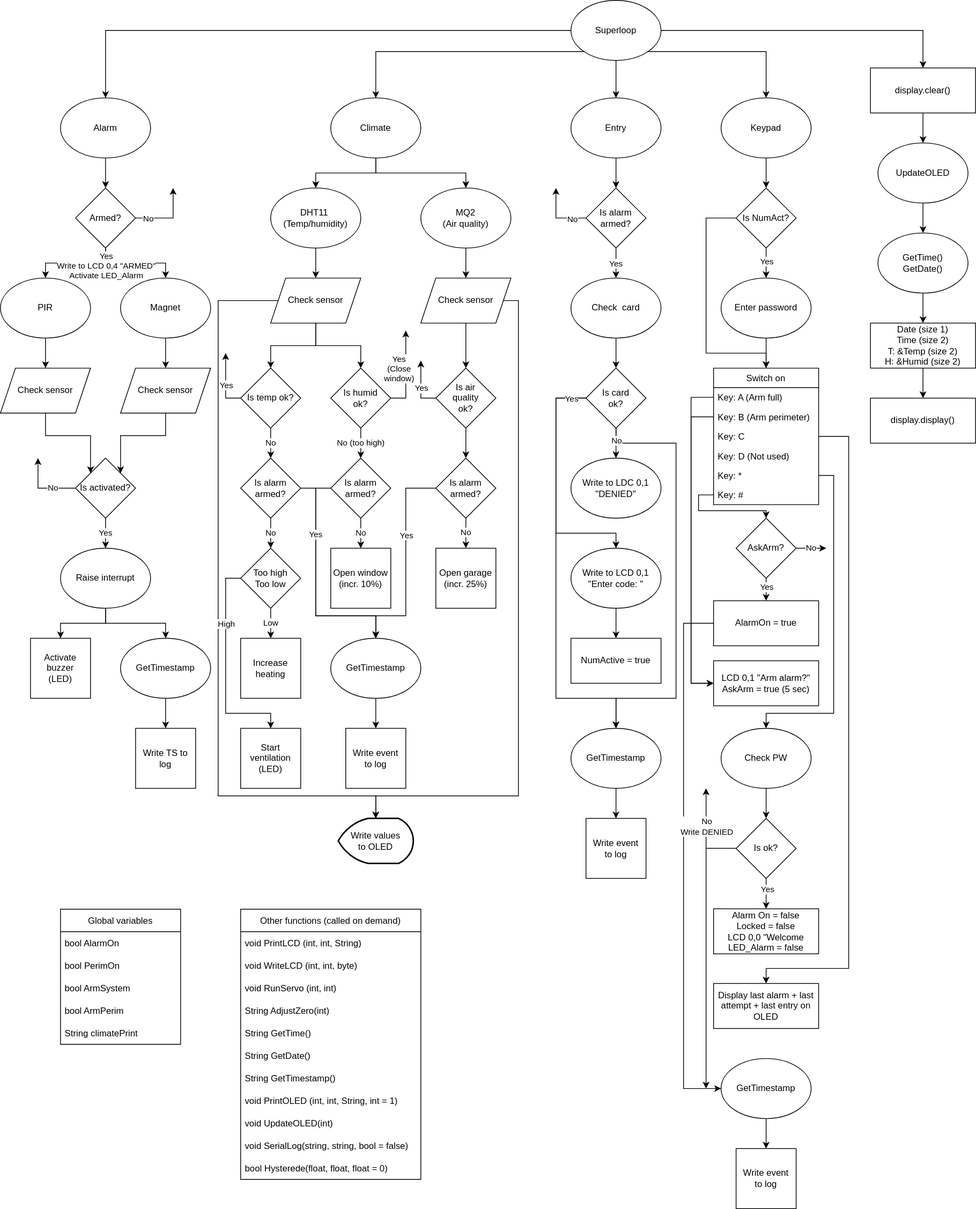
This is Full_diagram.drawio.svg from Thoroughbreed/H3_Embedded_Intelligent__House, a draw.io export, as it was before one commit. Source tidied: cells renumbered, new cells last; positions are measured from the earlier drawing's top-left corner, leaving out a move shared by most shapes.
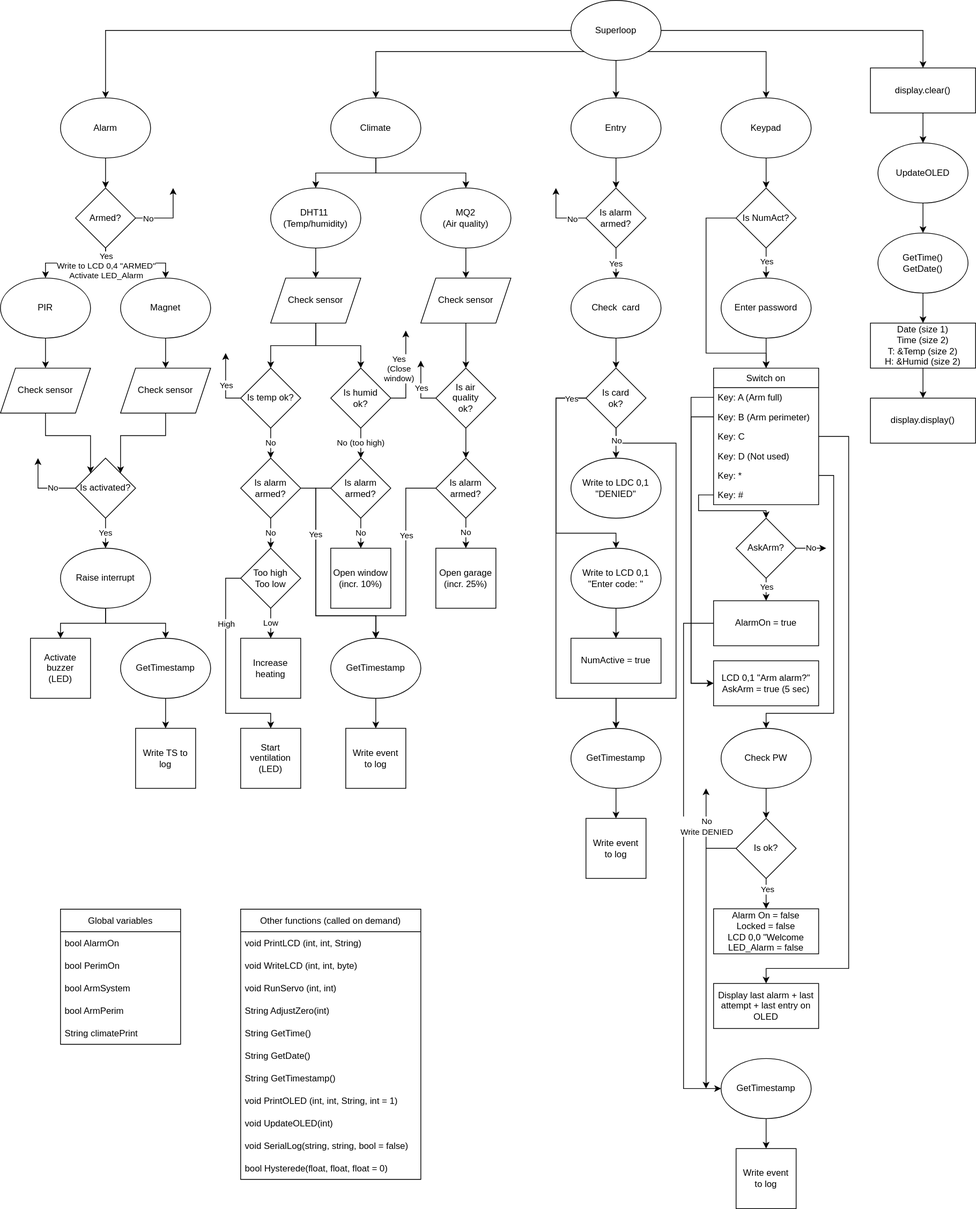
After the change.

What changed in the source:
```diff
@@ -164,16 +164,6 @@
     <mxCell id="48" style="edgeStyle=orthogonalEdgeStyle;rounded=0;jettySize=auto;html=1;exitX=0.5;exitY=1;exitDx=0;exitDy=0;entryX=0.5;entryY=0;entryDx=0;entryDy=0;" parent="1" edge="1" source="50" target="58">
       <mxGeometry relative="1" as="geometry" />
     </mxCell>
-    <mxCell id="49" style="edgeStyle=orthogonalEdgeStyle;rounded=0;jettySize=auto;html=1;exitX=0;exitY=0.5;exitDx=0;exitDy=0;" parent="1" edge="1" source="50">
-      <mxGeometry relative="1" as="geometry">
-        <mxPoint x="500" y="1090" as="targetPoint" />
-        <Array as="points">
-          <mxPoint x="290" y="400" />
-          <mxPoint x="290" y="1060" />
-          <mxPoint x="500" y="1060" />
-        </Array>
-      </mxGeometry>
-    </mxCell>
     <mxCell id="50" value="Check sensor" style="shape=parallelogram;perimeter=parallelogramPerimeter;whiteSpace=wrap;html=1;fixedSize=1;rounded=0;shadow=0;glass=0;sketch=0;" parent="1" vertex="1">
       <mxGeometry x="360" y="370" width="120" height="60" as="geometry" />
     </mxCell>
@@ -279,15 +269,6 @@
     <mxCell id="74" style="edgeStyle=orthogonalEdgeStyle;rounded=0;jettySize=auto;html=1;" parent="1" edge="1" source="76" target="80">
       <mxGeometry relative="1" as="geometry" />
     </mxCell>
-    <mxCell id="75" style="edgeStyle=orthogonalEdgeStyle;rounded=0;jettySize=auto;html=1;exitX=1;exitY=0.5;exitDx=0;exitDy=0;entryX=0.5;entryY=0;entryDx=0;entryDy=0;entryPerimeter=0;" parent="1" edge="1" source="76" target="89">
-      <mxGeometry relative="1" as="geometry">
-        <Array as="points">
-          <mxPoint x="690" y="400" />
-          <mxPoint x="690" y="1060" />
-          <mxPoint x="500" y="1060" />
-        </Array>
-      </mxGeometry>
-    </mxCell>
     <mxCell id="76" value="Check sensor" style="shape=parallelogram;perimeter=parallelogramPerimeter;whiteSpace=wrap;html=1;fixedSize=1;rounded=0;shadow=0;glass=0;sketch=0;" parent="1" vertex="1">
       <mxGeometry x="560" y="370" width="120" height="60" as="geometry" />
     </mxCell>
@@ -336,9 +317,6 @@
     <mxCell id="88" value="GetTimestamp" style="ellipse;whiteSpace=wrap;html=1;rounded=0;shadow=0;glass=0;sketch=0;" parent="1" vertex="1">
       <mxGeometry x="440" y="850" width="120" height="80" as="geometry" />
     </mxCell>
-    <mxCell id="89" value="Write values&lt;br&gt;to OLED" style="strokeWidth=2;html=1;shape=mxgraph.flowchart.display;whiteSpace=wrap;rounded=0;shadow=0;glass=0;sketch=0;" parent="1" vertex="1">
-      <mxGeometry x="450" y="1090" width="100" height="60" as="geometry" />
-    </mxCell>
     <mxCell id="90" style="edgeStyle=orthogonalEdgeStyle;rounded=0;jettySize=auto;html=1;exitX=0;exitY=0.5;exitDx=0;exitDy=0;" parent="1" edge="1" source="94">
       <mxGeometry relative="1" as="geometry">
         <mxPoint x="740" y="250" as="targetPoint" />
```
